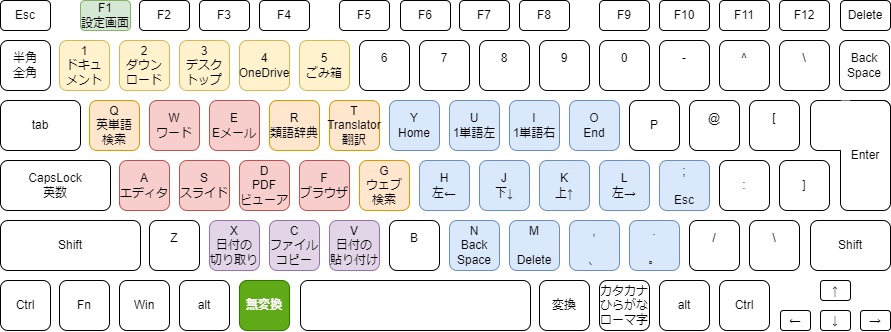
Above: img/keyboard.png in kimushun1101/muhenkan-switch (draw.io), before the change. Source tidied: cells renumbered, new cells last; positions are measured from the earlier drawing's top-left corner, leaving out a move shared by most shapes. Its diagram source:
```xml
<mxGraphModel>
  <root>
    <mxCell id="0" />
    <mxCell id="1" parent="0" />
    <mxCell id="2" value="A&lt;br&gt;エディタ" style="rounded=1;whiteSpace=wrap;html=1;fillColor=#f8cecc;strokeColor=#b85450;" parent="1" vertex="1">
      <mxGeometry x="119" y="160" width="50" height="50" as="geometry" />
    </mxCell>
    <mxCell id="3" value="S&lt;br&gt;スライド" style="rounded=1;whiteSpace=wrap;html=1;fillColor=#f8cecc;strokeColor=#b85450;" parent="1" vertex="1">
      <mxGeometry x="179" y="160" width="50" height="50" as="geometry" />
    </mxCell>
    <mxCell id="4" value="D&lt;br&gt;PDF&lt;br&gt;ビューア" style="rounded=1;whiteSpace=wrap;html=1;fillColor=#f8cecc;strokeColor=#b85450;" parent="1" vertex="1">
      <mxGeometry x="239" y="160" width="50" height="50" as="geometry" />
    </mxCell>
    <mxCell id="5" value="F&lt;br&gt;ブラウザ" style="rounded=1;whiteSpace=wrap;html=1;fillColor=#f8cecc;strokeColor=#b85450;" parent="1" vertex="1">
      <mxGeometry x="299" y="160" width="50" height="50" as="geometry" />
    </mxCell>
    <mxCell id="6" value="Z&lt;br&gt;&lt;br&gt;" style="rounded=1;whiteSpace=wrap;html=1;" parent="1" vertex="1">
      <mxGeometry x="149" y="220" width="50" height="50" as="geometry" />
    </mxCell>
    <mxCell id="7" value="X&lt;br&gt;日付の&lt;br&gt;切り取り" style="rounded=1;whiteSpace=wrap;html=1;fillColor=#e1d5e7;strokeColor=#9673a6;" parent="1" vertex="1">
      <mxGeometry x="209" y="220" width="50" height="50" as="geometry" />
    </mxCell>
    <mxCell id="8" value="C&lt;br&gt;ファイルコピー" style="rounded=1;whiteSpace=wrap;html=1;fillColor=#e1d5e7;strokeColor=#9673a6;" parent="1" vertex="1">
      <mxGeometry x="269" y="220" width="50" height="50" as="geometry" />
    </mxCell>
    <mxCell id="9" value="V&lt;br&gt;日付の&lt;br&gt;貼り付け" style="rounded=1;whiteSpace=wrap;html=1;fillColor=#e1d5e7;strokeColor=#9673a6;" parent="1" vertex="1">
      <mxGeometry x="329" y="220" width="50" height="50" as="geometry" />
    </mxCell>
    <mxCell id="10" value="G&lt;br&gt;ウェブ&lt;br&gt;検索" style="rounded=1;whiteSpace=wrap;html=1;fillColor=#ffe6cc;strokeColor=#d79b00;" parent="1" vertex="1">
      <mxGeometry x="359" y="160" width="50" height="50" as="geometry" />
    </mxCell>
    <mxCell id="11" value="T&lt;br&gt;Translator&lt;br&gt;翻訳" style="rounded=1;whiteSpace=wrap;html=1;fillColor=#ffe6cc;strokeColor=#d79b00;" parent="1" vertex="1">
      <mxGeometry x="329" y="100" width="50" height="50" as="geometry" />
    </mxCell>
    <mxCell id="12" value="R&lt;br&gt;類語辞典" style="rounded=1;whiteSpace=wrap;html=1;fillColor=#ffe6cc;strokeColor=#d79b00;" parent="1" vertex="1">
      <mxGeometry x="269" y="100" width="50" height="50" as="geometry" />
    </mxCell>
    <mxCell id="13" value="E&lt;br&gt;Eメール" style="rounded=1;whiteSpace=wrap;html=1;fillColor=#f8cecc;strokeColor=#b85450;" parent="1" vertex="1">
      <mxGeometry x="209" y="100" width="50" height="50" as="geometry" />
    </mxCell>
    <mxCell id="14" value="W&lt;br&gt;ワード" style="rounded=1;whiteSpace=wrap;html=1;fillColor=#f8cecc;strokeColor=#b85450;" parent="1" vertex="1">
      <mxGeometry x="149" y="100" width="50" height="50" as="geometry" />
    </mxCell>
    <mxCell id="15" value="Q&lt;br&gt;英単語&lt;br&gt;検索" style="rounded=1;whiteSpace=wrap;html=1;fillColor=#ffe6cc;strokeColor=#d79b00;" parent="1" vertex="1">
      <mxGeometry x="89" y="100" width="50" height="50" as="geometry" />
    </mxCell>
    <mxCell id="16" value="5&lt;br&gt;ごみ箱" style="rounded=1;whiteSpace=wrap;html=1;fillColor=#fff2cc;strokeColor=#d6b656;" parent="1" vertex="1">
      <mxGeometry x="299" y="40" width="50" height="50" as="geometry" />
    </mxCell>
    <mxCell id="17" value="4&lt;br&gt;OneDrive&lt;br&gt;" style="rounded=1;whiteSpace=wrap;html=1;fillColor=#fff2cc;strokeColor=#d6b656;" parent="1" vertex="1">
      <mxGeometry x="239" y="40" width="50" height="50" as="geometry" />
    </mxCell>
    <mxCell id="18" value="3&lt;br&gt;デスク&lt;br&gt;トップ" style="rounded=1;whiteSpace=wrap;html=1;fillColor=#fff2cc;strokeColor=#d6b656;" parent="1" vertex="1">
      <mxGeometry x="179" y="40" width="50" height="50" as="geometry" />
    </mxCell>
    <mxCell id="19" value="2&lt;br&gt;ダウン&lt;br&gt;ロード" style="rounded=1;whiteSpace=wrap;html=1;fillColor=#fff2cc;strokeColor=#d6b656;" parent="1" vertex="1">
      <mxGeometry x="119" y="40" width="50" height="50" as="geometry" />
    </mxCell>
    <mxCell id="20" value="1&lt;br&gt;ドキュ&lt;br&gt;メント" style="rounded=1;whiteSpace=wrap;html=1;fillColor=#fff2cc;strokeColor=#d6b656;" parent="1" vertex="1">
      <mxGeometry x="59" y="40" width="50" height="50" as="geometry" />
    </mxCell>
    <mxCell id="21" value="H&lt;br&gt;左←" style="rounded=1;whiteSpace=wrap;html=1;fillColor=#dae8fc;strokeColor=#6c8ebf;" parent="1" vertex="1">
      <mxGeometry x="419" y="160" width="50" height="50" as="geometry" />
    </mxCell>
    <mxCell id="22" value="J&lt;br&gt;下↓" style="rounded=1;whiteSpace=wrap;html=1;fillColor=#dae8fc;strokeColor=#6c8ebf;" parent="1" vertex="1">
      <mxGeometry x="479" y="160" width="50" height="50" as="geometry" />
    </mxCell>
    <mxCell id="23" value="K&lt;br&gt;上↑" style="rounded=1;whiteSpace=wrap;html=1;fillColor=#dae8fc;strokeColor=#6c8ebf;" parent="1" vertex="1">
      <mxGeometry x="539" y="160" width="50" height="50" as="geometry" />
    </mxCell>
    <mxCell id="24" value="L&lt;br&gt;左→" style="rounded=1;whiteSpace=wrap;html=1;fillColor=#dae8fc;strokeColor=#6c8ebf;" parent="1" vertex="1">
      <mxGeometry x="599" y="160" width="50" height="50" as="geometry" />
    </mxCell>
    <mxCell id="25" value="N&lt;br&gt;Back&lt;br&gt;Space" style="rounded=1;whiteSpace=wrap;html=1;fillColor=#dae8fc;strokeColor=#6c8ebf;" parent="1" vertex="1">
      <mxGeometry x="449" y="220" width="50" height="50" as="geometry" />
    </mxCell>
    <mxCell id="26" value="M&lt;br&gt;&lt;br&gt;Delete" style="rounded=1;whiteSpace=wrap;html=1;fillColor=#dae8fc;strokeColor=#6c8ebf;" parent="1" vertex="1">
      <mxGeometry x="509" y="220" width="50" height="50" as="geometry" />
    </mxCell>
    <mxCell id="27" value=",&lt;br&gt;&lt;br&gt;、" style="rounded=1;whiteSpace=wrap;html=1;fillColor=#dae8fc;strokeColor=#6c8ebf;" parent="1" vertex="1">
      <mxGeometry x="569" y="220" width="50" height="50" as="geometry" />
    </mxCell>
    <mxCell id="28" value=".&lt;br style=&quot;border-color: var(--border-color);&quot;&gt;&lt;br style=&quot;border-color: var(--border-color);&quot;&gt;。" style="rounded=1;whiteSpace=wrap;html=1;fillColor=#dae8fc;strokeColor=#6c8ebf;" parent="1" vertex="1">
      <mxGeometry x="629" y="220" width="50" height="50" as="geometry" />
    </mxCell>
    <mxCell id="29" value=";&lt;br&gt;&lt;br style=&quot;border-color: var(--border-color);&quot;&gt;Esc" style="rounded=1;whiteSpace=wrap;html=1;fillColor=#dae8fc;strokeColor=#6c8ebf;" parent="1" vertex="1">
      <mxGeometry x="659" y="160" width="50" height="50" as="geometry" />
    </mxCell>
    <mxCell id="30" value="P&lt;br&gt;" style="rounded=1;whiteSpace=wrap;html=1;" parent="1" vertex="1">
      <mxGeometry x="629" y="100" width="50" height="50" as="geometry" />
    </mxCell>
    <mxCell id="31" value="O&lt;br&gt;End&lt;br&gt;" style="rounded=1;whiteSpace=wrap;html=1;fillColor=#dae8fc;strokeColor=#6c8ebf;" parent="1" vertex="1">
      <mxGeometry x="569" y="100" width="50" height="50" as="geometry" />
    </mxCell>
    <mxCell id="32" value="I&lt;br&gt;1単語右&lt;br&gt;" style="rounded=1;whiteSpace=wrap;html=1;fillColor=#dae8fc;strokeColor=#6c8ebf;" parent="1" vertex="1">
      <mxGeometry x="509" y="100" width="50" height="50" as="geometry" />
    </mxCell>
    <mxCell id="33" value="U&lt;br&gt;1単語左&lt;br&gt;" style="rounded=1;whiteSpace=wrap;html=1;fillColor=#dae8fc;strokeColor=#6c8ebf;" parent="1" vertex="1">
      <mxGeometry x="449" y="100" width="50" height="50" as="geometry" />
    </mxCell>
    <mxCell id="34" value="Y&lt;br&gt;Home&lt;br&gt;" style="rounded=1;whiteSpace=wrap;html=1;fillColor=#dae8fc;strokeColor=#6c8ebf;" parent="1" vertex="1">
      <mxGeometry x="389" y="100" width="50" height="50" as="geometry" />
    </mxCell>
    <mxCell id="35" value="0&lt;br&gt;&lt;br&gt;" style="rounded=1;whiteSpace=wrap;html=1;" parent="1" vertex="1">
      <mxGeometry x="599" y="40" width="50" height="50" as="geometry" />
    </mxCell>
    <mxCell id="36" value="9&lt;br&gt;&lt;br&gt;" style="rounded=1;whiteSpace=wrap;html=1;" parent="1" vertex="1">
      <mxGeometry x="539" y="40" width="50" height="50" as="geometry" />
    </mxCell>
    <mxCell id="37" value="8&lt;br&gt;&lt;br&gt;" style="rounded=1;whiteSpace=wrap;html=1;" parent="1" vertex="1">
      <mxGeometry x="479" y="40" width="50" height="50" as="geometry" />
    </mxCell>
    <mxCell id="38" value="7&lt;br&gt;&lt;br&gt;" style="rounded=1;whiteSpace=wrap;html=1;" parent="1" vertex="1">
      <mxGeometry x="419" y="40" width="50" height="50" as="geometry" />
    </mxCell>
    <mxCell id="39" value="6&lt;br&gt;&lt;br&gt;" style="rounded=1;whiteSpace=wrap;html=1;" parent="1" vertex="1">
      <mxGeometry x="359" y="40" width="50" height="50" as="geometry" />
    </mxCell>
    <mxCell id="40" value="B&lt;br&gt;&lt;br&gt;" style="rounded=1;whiteSpace=wrap;html=1;" parent="1" vertex="1">
      <mxGeometry x="389" y="220" width="50" height="50" as="geometry" />
    </mxCell>
    <mxCell id="41" value="F5" style="rounded=1;whiteSpace=wrap;html=1;" parent="1" vertex="1">
      <mxGeometry x="339" width="50" height="30" as="geometry" />
    </mxCell>
    <mxCell id="42" value="F4&lt;br&gt;" style="rounded=1;whiteSpace=wrap;html=1;" parent="1" vertex="1">
      <mxGeometry x="259" width="50" height="30" as="geometry" />
    </mxCell>
    <mxCell id="43" value="F3" style="rounded=1;whiteSpace=wrap;html=1;" parent="1" vertex="1">
      <mxGeometry x="199" width="50" height="30" as="geometry" />
    </mxCell>
    <mxCell id="44" value="F2&lt;br&gt;" style="rounded=1;whiteSpace=wrap;html=1;" parent="1" vertex="1">
      <mxGeometry x="139" width="50" height="30" as="geometry" />
    </mxCell>
    <mxCell id="45" value="F1&lt;br&gt;設定画面" style="rounded=1;whiteSpace=wrap;html=1;fillColor=#d5e8d4;strokeColor=#82b366;" parent="1" vertex="1">
      <mxGeometry x="80" width="50" height="30" as="geometry" />
    </mxCell>
    <mxCell id="46" value="F10" style="rounded=1;whiteSpace=wrap;html=1;" parent="1" vertex="1">
      <mxGeometry x="659" width="50" height="30" as="geometry" />
    </mxCell>
    <mxCell id="47" value="F9" style="rounded=1;whiteSpace=wrap;html=1;" parent="1" vertex="1">
      <mxGeometry x="599" width="50" height="30" as="geometry" />
    </mxCell>
    <mxCell id="48" value="F8" style="rounded=1;whiteSpace=wrap;html=1;" parent="1" vertex="1">
      <mxGeometry x="519" width="50" height="30" as="geometry" />
    </mxCell>
    <mxCell id="49" value="F7" style="rounded=1;whiteSpace=wrap;html=1;" parent="1" vertex="1">
      <mxGeometry x="459" width="50" height="30" as="geometry" />
    </mxCell>
    <mxCell id="50" value="F6" style="rounded=1;whiteSpace=wrap;html=1;" parent="1" vertex="1">
      <mxGeometry x="400" width="50" height="30" as="geometry" />
    </mxCell>
    <mxCell id="51" style="rounded=1;whiteSpace=wrap;html=1;" parent="1" vertex="1">
      <mxGeometry x="810" y="100" width="80" height="50" as="geometry" />
    </mxCell>
    <mxCell id="52" value="[&lt;br&gt;&lt;br&gt;" style="rounded=1;whiteSpace=wrap;html=1;" parent="1" vertex="1">
      <mxGeometry x="749" y="100" width="50" height="50" as="geometry" />
    </mxCell>
    <mxCell id="53" value="@&lt;br&gt;&lt;br&gt;" style="rounded=1;whiteSpace=wrap;html=1;" parent="1" vertex="1">
      <mxGeometry x="689" y="100" width="50" height="50" as="geometry" />
    </mxCell>
    <mxCell id="54" value="^&lt;br&gt;&lt;br&gt;" style="rounded=1;whiteSpace=wrap;html=1;" parent="1" vertex="1">
      <mxGeometry x="719" y="40" width="50" height="50" as="geometry" />
    </mxCell>
    <mxCell id="55" value="-&lt;br&gt;&lt;br&gt;" style="rounded=1;whiteSpace=wrap;html=1;" parent="1" vertex="1">
      <mxGeometry x="659" y="40" width="50" height="50" as="geometry" />
    </mxCell>
    <mxCell id="56" value="\&lt;br&gt;&lt;br&gt;" style="rounded=1;whiteSpace=wrap;html=1;" parent="1" vertex="1">
      <mxGeometry x="749" y="220" width="50" height="50" as="geometry" />
    </mxCell>
    <mxCell id="57" value="/&lt;br&gt;&lt;br&gt;" style="rounded=1;whiteSpace=wrap;html=1;" parent="1" vertex="1">
      <mxGeometry x="689" y="220" width="50" height="50" as="geometry" />
    </mxCell>
    <mxCell id="58" value="]" style="rounded=1;whiteSpace=wrap;html=1;" parent="1" vertex="1">
      <mxGeometry x="779" y="160" width="50" height="50" as="geometry" />
    </mxCell>
    <mxCell id="59" value=":&lt;br&gt;" style="rounded=1;whiteSpace=wrap;html=1;" parent="1" vertex="1">
      <mxGeometry x="719" y="160" width="50" height="50" as="geometry" />
    </mxCell>
    <mxCell id="60" value="Enter" style="rounded=1;whiteSpace=wrap;html=1;" parent="1" vertex="1">
      <mxGeometry x="840" y="100" width="50" height="110" as="geometry" />
    </mxCell>
    <mxCell id="61" value="F12" style="rounded=1;whiteSpace=wrap;html=1;" parent="1" vertex="1">
      <mxGeometry x="779" width="50" height="30" as="geometry" />
    </mxCell>
    <mxCell id="62" value="F11" style="rounded=1;whiteSpace=wrap;html=1;" parent="1" vertex="1">
      <mxGeometry x="719" width="50" height="30" as="geometry" />
    </mxCell>
    <mxCell id="63" style="rounded=1;whiteSpace=wrap;html=1;" parent="1" vertex="1">
      <mxGeometry x="300" y="280" width="230" height="50" as="geometry" />
    </mxCell>
    <mxCell id="64" value="&lt;b&gt;無変換&lt;/b&gt;" style="rounded=1;whiteSpace=wrap;html=1;fillColor=#60a917;fontColor=#ffffff;strokeColor=#2D7600;" parent="1" vertex="1">
      <mxGeometry x="239" y="280" width="50" height="50" as="geometry" />
    </mxCell>
    <mxCell id="65" value="変換" style="rounded=1;whiteSpace=wrap;html=1;" parent="1" vertex="1">
      <mxGeometry x="539" y="280" width="50" height="50" as="geometry" />
    </mxCell>
    <mxCell id="66" value="カタカナ&lt;br&gt;ひらがな&lt;br&gt;ローマ字" style="rounded=1;whiteSpace=wrap;html=1;" parent="1" vertex="1">
      <mxGeometry x="599" y="280" width="50" height="50" as="geometry" />
    </mxCell>
    <mxCell id="67" value="alt" style="rounded=1;whiteSpace=wrap;html=1;" parent="1" vertex="1">
      <mxGeometry x="659" y="280" width="50" height="50" as="geometry" />
    </mxCell>
    <mxCell id="68" value="Ctrl" style="rounded=1;whiteSpace=wrap;html=1;" parent="1" vertex="1">
      <mxGeometry x="719" y="280" width="50" height="50" as="geometry" />
    </mxCell>
    <mxCell id="69" value="alt" style="rounded=1;whiteSpace=wrap;html=1;" parent="1" vertex="1">
      <mxGeometry x="179" y="280" width="50" height="50" as="geometry" />
    </mxCell>
    <mxCell id="70" value="Win" style="rounded=1;whiteSpace=wrap;html=1;" parent="1" vertex="1">
      <mxGeometry x="119" y="280" width="50" height="50" as="geometry" />
    </mxCell>
    <mxCell id="71" value="Fn" style="rounded=1;whiteSpace=wrap;html=1;" parent="1" vertex="1">
      <mxGeometry x="59" y="280" width="50" height="50" as="geometry" />
    </mxCell>
    <mxCell id="72" value="Esc" style="rounded=1;whiteSpace=wrap;html=1;" parent="1" vertex="1">
      <mxGeometry width="50" height="30" as="geometry" />
    </mxCell>
    <mxCell id="73" value="半角&lt;br&gt;全角" style="rounded=1;whiteSpace=wrap;html=1;" parent="1" vertex="1">
      <mxGeometry y="40" width="50" height="50" as="geometry" />
    </mxCell>
    <mxCell id="74" value="tab" style="rounded=1;whiteSpace=wrap;html=1;" parent="1" vertex="1">
      <mxGeometry y="100" width="80" height="50" as="geometry" />
    </mxCell>
    <mxCell id="75" value="CapsLock&lt;br&gt;英数" style="rounded=1;whiteSpace=wrap;html=1;" parent="1" vertex="1">
      <mxGeometry y="160" width="110" height="50" as="geometry" />
    </mxCell>
    <mxCell id="76" value="Shift" style="rounded=1;whiteSpace=wrap;html=1;" parent="1" vertex="1">
      <mxGeometry y="220" width="140" height="50" as="geometry" />
    </mxCell>
    <mxCell id="77" value="Ctrl" style="rounded=1;whiteSpace=wrap;html=1;" parent="1" vertex="1">
      <mxGeometry y="280" width="50" height="50" as="geometry" />
    </mxCell>
    <mxCell id="78" value="Shift" style="rounded=1;whiteSpace=wrap;html=1;" parent="1" vertex="1">
      <mxGeometry x="810" y="220" width="80" height="50" as="geometry" />
    </mxCell>
    <mxCell id="79" value="Back&lt;br&gt;Space" style="rounded=1;whiteSpace=wrap;html=1;" parent="1" vertex="1">
      <mxGeometry x="839" y="40" width="50" height="50" as="geometry" />
    </mxCell>
    <mxCell id="80" value="\&lt;br&gt;&lt;br&gt;" style="rounded=1;whiteSpace=wrap;html=1;" parent="1" vertex="1">
      <mxGeometry x="779" y="40" width="50" height="50" as="geometry" />
    </mxCell>
    <mxCell id="81" style="ellipse;whiteSpace=wrap;html=1;strokeColor=none;" parent="1" vertex="1">
      <mxGeometry x="830" y="100" width="25" height="50" as="geometry" />
    </mxCell>
    <mxCell id="82" style="ellipse;whiteSpace=wrap;html=1;strokeColor=none;" parent="1" vertex="1">
      <mxGeometry x="839" y="100" width="16" height="10" as="geometry" />
    </mxCell>
    <mxCell id="83" value="←" style="rounded=1;whiteSpace=wrap;html=1;" parent="1" vertex="1">
      <mxGeometry x="780" y="310" width="30" height="20" as="geometry" />
    </mxCell>
    <mxCell id="84" value="↓" style="rounded=1;whiteSpace=wrap;html=1;" parent="1" vertex="1">
      <mxGeometry x="820" y="310" width="30" height="20" as="geometry" />
    </mxCell>
    <mxCell id="85" value="→" style="rounded=1;whiteSpace=wrap;html=1;" parent="1" vertex="1">
      <mxGeometry x="860" y="310" width="30" height="20" as="geometry" />
    </mxCell>
    <mxCell id="86" value="↑" style="rounded=1;whiteSpace=wrap;html=1;" parent="1" vertex="1">
      <mxGeometry x="820" y="280" width="30" height="20" as="geometry" />
    </mxCell>
    <mxCell id="87" value="Delete" style="rounded=1;whiteSpace=wrap;html=1;" parent="1" vertex="1">
      <mxGeometry x="840" width="50" height="30" as="geometry" />
    </mxCell>
  </root>
</mxGraphModel>
```
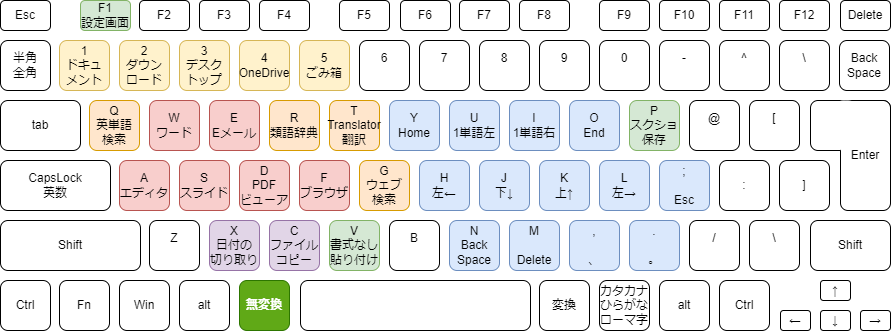
After the change.

Change to the diagram source:
```diff
@@ -23,7 +23,7 @@
     <mxCell id="8" value="C&lt;br&gt;ファイルコピー" style="rounded=1;whiteSpace=wrap;html=1;fillColor=#e1d5e7;strokeColor=#9673a6;" parent="1" vertex="1">
       <mxGeometry x="269" y="220" width="50" height="50" as="geometry" />
     </mxCell>
-    <mxCell id="9" value="V&lt;br&gt;日付の&lt;br&gt;貼り付け" style="rounded=1;whiteSpace=wrap;html=1;fillColor=#e1d5e7;strokeColor=#9673a6;" parent="1" vertex="1">
+    <mxCell id="9" value="V&lt;br&gt;書式なし&lt;br&gt;貼り付け" style="rounded=1;whiteSpace=wrap;html=1;fillColor=#d5e8d4;strokeColor=#82b366;" parent="1" vertex="1">
       <mxGeometry x="329" y="220" width="50" height="50" as="geometry" />
     </mxCell>
     <mxCell id="10" value="G&lt;br&gt;ウェブ&lt;br&gt;検索" style="rounded=1;whiteSpace=wrap;html=1;fillColor=#ffe6cc;strokeColor=#d79b00;" parent="1" vertex="1">
@@ -86,7 +86,7 @@
     <mxCell id="29" value=";&lt;br&gt;&lt;br style=&quot;border-color: var(--border-color);&quot;&gt;Esc" style="rounded=1;whiteSpace=wrap;html=1;fillColor=#dae8fc;strokeColor=#6c8ebf;" parent="1" vertex="1">
       <mxGeometry x="659" y="160" width="50" height="50" as="geometry" />
     </mxCell>
-    <mxCell id="30" value="P&lt;br&gt;" style="rounded=1;whiteSpace=wrap;html=1;" parent="1" vertex="1">
+    <mxCell id="30" value="P&lt;br&gt;スクショ&lt;br&gt;保存" style="rounded=1;whiteSpace=wrap;html=1;fillColor=#d5e8d4;strokeColor=#82b366;" parent="1" vertex="1">
       <mxGeometry x="629" y="100" width="50" height="50" as="geometry" />
     </mxCell>
     <mxCell id="31" value="O&lt;br&gt;End&lt;br&gt;" style="rounded=1;whiteSpace=wrap;html=1;fillColor=#dae8fc;strokeColor=#6c8ebf;" parent="1" vertex="1">
```
